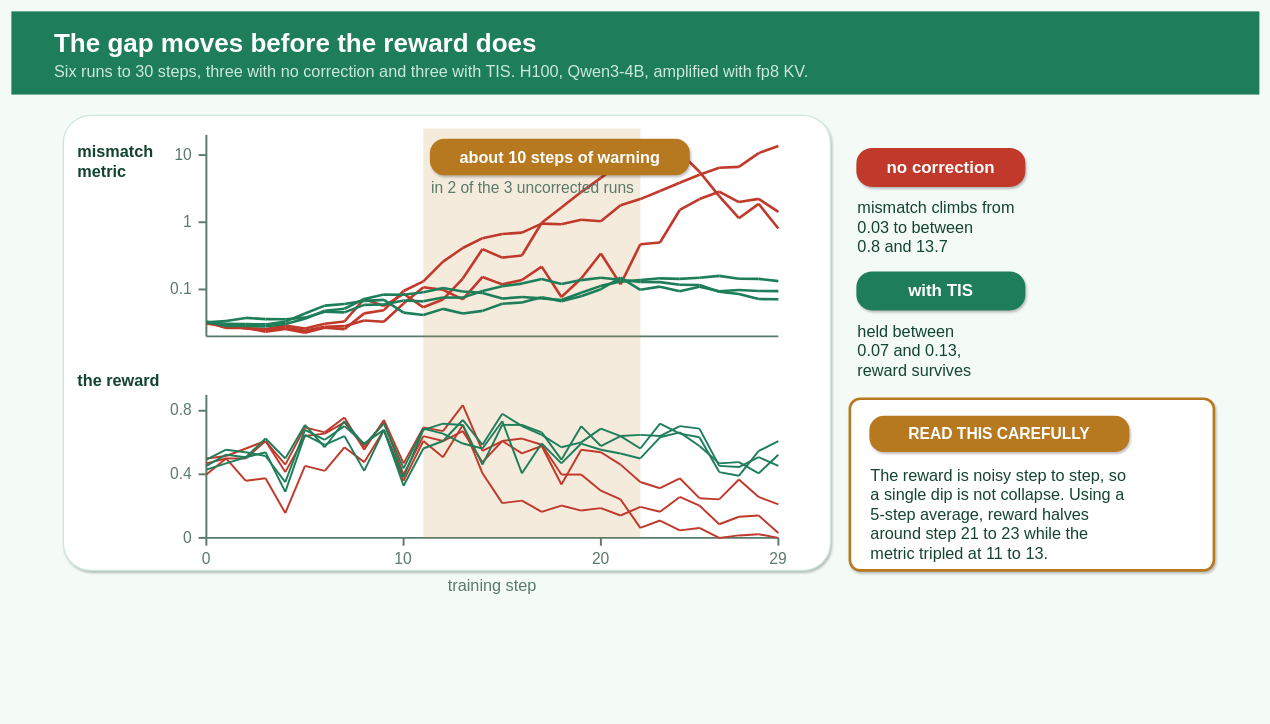
Earlier version of the draw.io diagram 2026-07-19-miles-training-inference-mismatch/diagrams/fig4_killer.drawio (littlemex/distributed-ai). Source tidied: cells renumbered, new cells numbered last; positions are measured from the earlier drawing's top-left corner, leaving out a move shared by most shapes. Both pictures are drawn from the tidied source at 65%, with x=0, y=0 at pixel (11, 11).
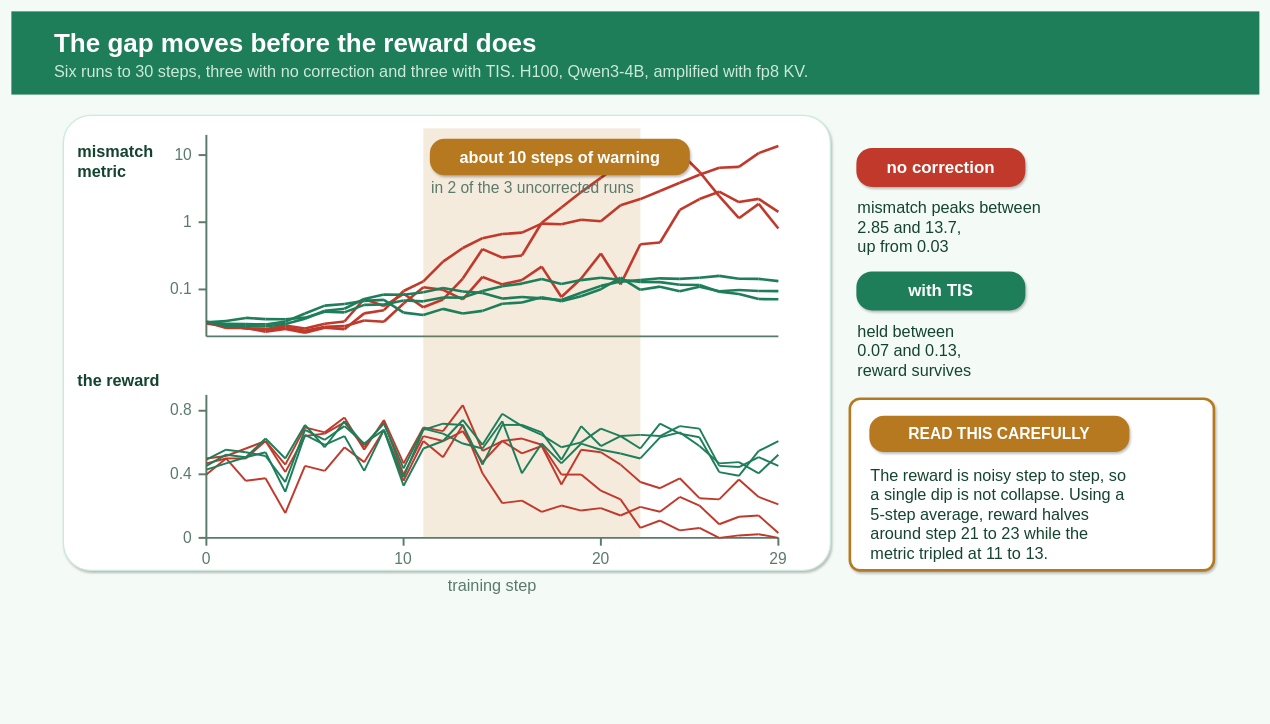
After the change.

Commit message (it also covers changes not shown here):
docs(miles): fix two wrong statements baked into the figures themselves

What changed in the source:
```diff
@@
-    <mxCell id="386" value="mismatch climbs from&lt;br&gt;0.03 to between&lt;br&gt;0.8 and 13.7" style="text;html=1;whiteSpace=wrap;align=left;verticalAlign=top;fontColor=#14442F;strokeColor=none;fillColor=none;fontFamily=Helvetica;fontSize=25;" parent="1" vertex="1">
+    <mxCell id="386" value="mismatch peaks between&lt;br&gt;2.85 and 13.7,&lt;br&gt;up from 0.03" style="text;html=1;whiteSpace=wrap;align=left;verticalAlign=top;fontColor=#14442F;strokeColor=none;fillColor=none;fontFamily=Helvetica;fontSize=25;" parent="1" vertex="1">
       <mxGeometry x="1300" y="280" width="540" height="100" as="geometry" />
     </mxCell>
```
